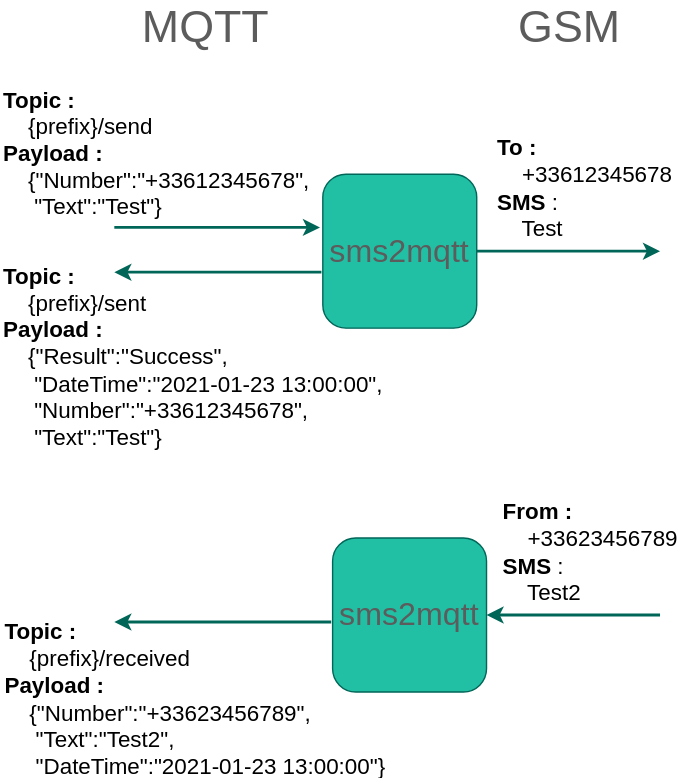
Before: diagram.svg, a diagram exported from draw.io (Domochip/sms2mqtt). Source tidied: cells renumbered, new cells last; positions are measured from the earlier drawing's top-left corner, leaving out a move shared by most shapes.
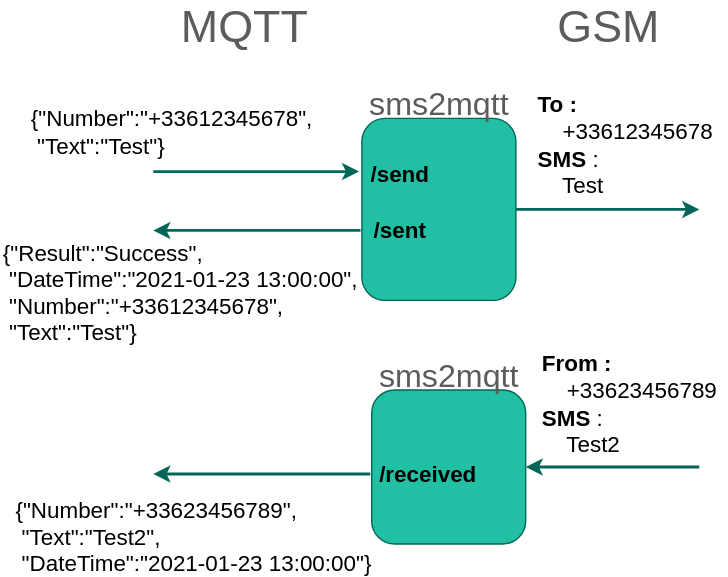
The same diagram one commit later.

Diff of the diagram source:
```diff
@@ -4,11 +4,11 @@
     <mxCell id="1" parent="0" />
     <mxCell id="2" style="edgeStyle=orthogonalEdgeStyle;jettySize=auto;html=1;exitX=1;exitY=0.5;exitDx=0;exitDy=0;strokeColor=#006658;fontColor=#5C5C5C;strokeWidth=2;" parent="1" edge="1" source="3">
       <mxGeometry relative="1" as="geometry">
-        <mxPoint x="471" y="175" as="targetPoint" />
+        <mxPoint x="471" y="185" as="targetPoint" />
       </mxGeometry>
     </mxCell>
-    <mxCell id="3" value="&lt;font style=&quot;font-size: 23px&quot;&gt;sms2mqtt&lt;/font&gt;" style="whiteSpace=wrap;html=1;fillColor=#21C0A5;strokeColor=#006658;fontColor=#5C5C5C;rounded=1;" parent="1" vertex="1">
-      <mxGeometry x="230" y="120" width="110" height="110" as="geometry" />
+    <mxCell id="3" style="whiteSpace=wrap;html=1;fillColor=#21C0A5;strokeColor=#006658;fontColor=#5C5C5C;rounded=1;" parent="1" vertex="1">
+      <mxGeometry x="230" y="120" width="110" height="130" as="geometry" />
     </mxCell>
     <mxCell id="4" style="endArrow=classic;html=1;strokeColor=#006658;fontColor=#5C5C5C;strokeWidth=2;" parent="1" edge="1">
       <mxGeometry relative="1" as="geometry">
@@ -17,45 +17,60 @@
       </mxGeometry>
     </mxCell>
     <mxCell id="5" value="&lt;font style=&quot;font-size: 32px&quot;&gt;MQTT&lt;/font&gt;" style="text;html=1;align=center;verticalAlign=middle;fillColor=none;strokeColor=none;fontColor=#5C5C5C;rounded=1;" parent="1" vertex="1">
-      <mxGeometry x="91" width="110" height="30" as="geometry" />
+      <mxGeometry x="91" y="40" width="110" height="30" as="geometry" />
     </mxCell>
     <mxCell id="6" value="&lt;font style=&quot;font-size: 32px&quot;&gt;GSM&lt;/font&gt;" style="text;html=1;align=center;verticalAlign=middle;fillColor=none;strokeColor=none;fontColor=#5C5C5C;rounded=1;" parent="1" vertex="1">
-      <mxGeometry x="361" width="90" height="30" as="geometry" />
+      <mxGeometry x="361" y="40" width="90" height="30" as="geometry" />
     </mxCell>
-    <mxCell id="7" value="&lt;div style=&quot;font-size: 16px&quot;&gt;&lt;font style=&quot;font-size: 16px&quot; color=&quot;#000000&quot;&gt;&lt;b&gt;Topic :&amp;nbsp;&lt;/b&gt;&lt;/font&gt;&lt;/div&gt;&lt;div style=&quot;font-size: 16px&quot;&gt;&lt;span&gt;&lt;font style=&quot;font-size: 16px&quot; color=&quot;#000000&quot;&gt;&amp;nbsp; &amp;nbsp; {prefix}/send&lt;/font&gt;&lt;/span&gt;&lt;/div&gt;&lt;div style=&quot;font-size: 16px&quot;&gt;&lt;span&gt;&lt;font style=&quot;font-size: 16px&quot; color=&quot;#000000&quot;&gt;&lt;b&gt;Payload :&amp;nbsp;&lt;/b&gt;&lt;/font&gt;&lt;/span&gt;&lt;/div&gt;&lt;div style=&quot;font-size: 16px&quot;&gt;&lt;/div&gt;&lt;font style=&quot;font-size: 16px&quot; color=&quot;#000000&quot;&gt;&amp;nbsp; &amp;nbsp; {&quot;Number&quot;:&quot;+33612345678&quot;,&lt;/font&gt;&lt;div style=&quot;font-size: 16px&quot;&gt;&lt;font style=&quot;font-size: 16px&quot; color=&quot;#000000&quot;&gt;&lt;font style=&quot;font-size: 16px&quot;&gt;&amp;nbsp; &amp;nbsp; &amp;nbsp;&quot;Text&quot;:&quot;Test&quot;&lt;/font&gt;}&lt;/font&gt;&lt;/div&gt;" style="text;html=1;align=left;verticalAlign=middle;fillColor=none;strokeColor=none;fontColor=#5C5C5C;rounded=1;" parent="1" vertex="1">
-      <mxGeometry y="65" width="230" height="80" as="geometry" />
+    <mxCell id="7" value="&lt;div style=&quot;font-size: 16px&quot;&gt;&lt;/div&gt;&lt;font style=&quot;font-size: 16px&quot; color=&quot;#000000&quot;&gt;{&quot;Number&quot;:&quot;+33612345678&quot;,&lt;/font&gt;&lt;div style=&quot;font-size: 16px&quot;&gt;&lt;font style=&quot;font-size: 16px&quot; color=&quot;#000000&quot;&gt;&lt;font style=&quot;font-size: 16px&quot;&gt;&amp;nbsp;&quot;Text&quot;:&quot;Test&quot;&lt;/font&gt;}&lt;/font&gt;&lt;/div&gt;" style="text;html=1;align=left;verticalAlign=middle;fillColor=none;strokeColor=none;fontColor=#5C5C5C;rounded=1;" parent="1" vertex="1">
+      <mxGeometry x="-8" y="115" width="220" height="30" as="geometry" />
     </mxCell>
     <mxCell id="8" value="&lt;div style=&quot;text-align: left ; font-size: 16px&quot;&gt;&lt;b&gt;&lt;font style=&quot;font-size: 16px&quot; color=&quot;#000000&quot;&gt;To :&amp;nbsp;&lt;/font&gt;&lt;/b&gt;&lt;/div&gt;&lt;div style=&quot;text-align: left ; font-size: 16px&quot;&gt;&lt;span&gt;&lt;font style=&quot;font-size: 16px&quot; color=&quot;#000000&quot;&gt;&amp;nbsp; &amp;nbsp; +33612345678&lt;/font&gt;&lt;/span&gt;&lt;/div&gt;&lt;div style=&quot;text-align: left ; font-size: 16px&quot;&gt;&lt;span&gt;&lt;font style=&quot;font-size: 16px&quot; color=&quot;#000000&quot;&gt;&lt;b&gt;SMS &lt;/b&gt;:&amp;nbsp;&lt;/font&gt;&lt;/span&gt;&lt;/div&gt;&lt;div style=&quot;text-align: left ; font-size: 16px&quot;&gt;&lt;font style=&quot;font-size: 16px&quot; color=&quot;#000000&quot;&gt;&amp;nbsp; &amp;nbsp; Test&lt;/font&gt;&lt;/div&gt;" style="text;html=1;align=center;verticalAlign=middle;fillColor=none;strokeColor=none;fontColor=#5C5C5C;rounded=1;" parent="1" vertex="1">
-      <mxGeometry x="347" y="100" width="140" height="60" as="geometry" />
+      <mxGeometry x="348" y="109" width="140" height="60" as="geometry" />
     </mxCell>
-    <mxCell id="9" value="&lt;div style=&quot;font-size: 16px&quot;&gt;&lt;font style=&quot;font-size: 16px&quot; color=&quot;#000000&quot;&gt;&lt;b&gt;Topic :&amp;nbsp;&lt;/b&gt;&lt;/font&gt;&lt;/div&gt;&lt;div style=&quot;font-size: 16px&quot;&gt;&lt;font style=&quot;font-size: 16px&quot; color=&quot;#000000&quot;&gt;&lt;span&gt;&lt;font style=&quot;font-size: 16px&quot;&gt;&amp;nbsp; &amp;nbsp;&amp;nbsp;&lt;/font&gt;&lt;/span&gt;{prefix}&lt;span&gt;&lt;font style=&quot;font-size: 16px&quot;&gt;/sent&lt;/font&gt;&lt;/span&gt;&lt;/font&gt;&lt;/div&gt;&lt;div style=&quot;font-size: 16px&quot;&gt;&lt;span&gt;&lt;font style=&quot;font-size: 16px&quot; color=&quot;#000000&quot;&gt;&lt;b&gt;Payload :&amp;nbsp;&lt;/b&gt;&lt;/font&gt;&lt;/span&gt;&lt;/div&gt;&lt;div style=&quot;font-size: 16px&quot;&gt;&lt;font style=&quot;font-size: 16px&quot; color=&quot;#000000&quot;&gt;&amp;nbsp; &amp;nbsp; {&quot;Result&quot;:&quot;Success&quot;,&lt;/font&gt;&lt;/div&gt;&lt;div style=&quot;font-size: 16px&quot;&gt;&lt;/div&gt;&lt;font style=&quot;font-size: 16px&quot; color=&quot;#000000&quot;&gt;&amp;nbsp; &amp;nbsp; &amp;nbsp;&quot;DateTime&quot;:&quot;2021-01-23 13:00:00&quot;,&lt;br&gt;&amp;nbsp; &amp;nbsp; &amp;nbsp;&quot;Number&quot;:&quot;+33612345678&quot;,&lt;br&gt;&lt;/font&gt;&lt;div style=&quot;font-size: 16px&quot;&gt;&lt;font style=&quot;font-size: 16px&quot; color=&quot;#000000&quot;&gt;&amp;nbsp; &amp;nbsp; &amp;nbsp;&quot;Text&quot;:&quot;Test&quot;}&lt;/font&gt;&lt;/div&gt;&lt;span style=&quot;font-size: 16px&quot;&gt;&lt;br&gt;&lt;/span&gt;" style="text;html=1;align=left;verticalAlign=middle;fillColor=none;strokeColor=none;fontColor=#5C5C5C;rounded=1;" parent="1" vertex="1">
-      <mxGeometry y="200" width="290" height="120" as="geometry" />
+    <mxCell id="9" value="&lt;div style=&quot;font-size: 16px&quot;&gt;&lt;span style=&quot;color: rgb(0 , 0 , 0)&quot;&gt;{&quot;Result&quot;:&quot;Success&quot;,&lt;/span&gt;&lt;br&gt;&lt;/div&gt;&lt;div style=&quot;font-size: 16px&quot;&gt;&lt;/div&gt;&lt;font style=&quot;font-size: 16px&quot; color=&quot;#000000&quot;&gt;&amp;nbsp;&quot;DateTime&quot;:&quot;2021-01-23 13:00:00&quot;,&lt;br&gt;&amp;nbsp;&quot;Number&quot;:&quot;+33612345678&quot;,&lt;br&gt;&lt;/font&gt;&lt;div style=&quot;font-size: 16px&quot;&gt;&lt;font style=&quot;font-size: 16px&quot; color=&quot;#000000&quot;&gt;&amp;nbsp;&quot;Text&quot;:&quot;Test&quot;}&lt;/font&gt;&lt;/div&gt;&lt;span style=&quot;font-size: 16px&quot;&gt;&lt;br&gt;&lt;/span&gt;" style="text;html=1;align=left;verticalAlign=middle;fillColor=none;strokeColor=none;fontColor=#5C5C5C;rounded=1;" parent="1" vertex="1">
+      <mxGeometry x="-28" y="214" width="270" height="80" as="geometry" />
     </mxCell>
     <mxCell id="10" style="endArrow=classic;html=1;strokeColor=#006658;fontColor=#5C5C5C;strokeWidth=2;" parent="1" edge="1">
       <mxGeometry relative="1" as="geometry">
-        <mxPoint x="229" y="190" as="sourcePoint" />
-        <mxPoint x="81" y="190" as="targetPoint" />
+        <mxPoint x="229" y="200" as="sourcePoint" />
+        <mxPoint x="81" y="200" as="targetPoint" />
       </mxGeometry>
     </mxCell>
     <mxCell id="11" style="edgeStyle=orthogonalEdgeStyle;jettySize=auto;html=1;exitX=1;exitY=0.5;exitDx=0;exitDy=0;startArrow=classic;startFill=1;endArrow=none;endFill=0;strokeColor=#006658;fontColor=#5C5C5C;strokeWidth=2;" parent="1" edge="1" source="12">
       <mxGeometry relative="1" as="geometry">
-        <mxPoint x="471" y="435" as="targetPoint" />
+        <mxPoint x="471" y="369" as="targetPoint" />
       </mxGeometry>
     </mxCell>
-    <mxCell id="12" value="&lt;font style=&quot;font-size: 23px&quot;&gt;sms2mqtt&lt;/font&gt;" style="whiteSpace=wrap;html=1;fillColor=#21C0A5;strokeColor=#006658;fontColor=#5C5C5C;rounded=1;" parent="1" vertex="1">
-      <mxGeometry x="237" y="380" width="110" height="110" as="geometry" />
+    <mxCell id="12" style="whiteSpace=wrap;html=1;fillColor=#21C0A5;strokeColor=#006658;fontColor=#5C5C5C;rounded=1;" parent="1" vertex="1">
+      <mxGeometry x="237" y="314" width="110" height="110" as="geometry" />
     </mxCell>
     <mxCell id="13" value="&lt;div style=&quot;text-align: left ; font-size: 16px&quot;&gt;&lt;b&gt;&lt;font style=&quot;font-size: 16px&quot; color=&quot;#000000&quot;&gt;From :&amp;nbsp;&lt;/font&gt;&lt;/b&gt;&lt;/div&gt;&lt;div style=&quot;text-align: left ; font-size: 16px&quot;&gt;&lt;span&gt;&lt;font style=&quot;font-size: 16px&quot; color=&quot;#000000&quot;&gt;&amp;nbsp; &amp;nbsp; +33623456789&lt;/font&gt;&lt;/span&gt;&lt;/div&gt;&lt;div style=&quot;text-align: left ; font-size: 16px&quot;&gt;&lt;span&gt;&lt;font style=&quot;font-size: 16px&quot; color=&quot;#000000&quot;&gt;&lt;b&gt;SMS &lt;/b&gt;:&amp;nbsp;&lt;/font&gt;&lt;/span&gt;&lt;/div&gt;&lt;div style=&quot;text-align: left ; font-size: 16px&quot;&gt;&lt;font style=&quot;font-size: 16px&quot; color=&quot;#000000&quot;&gt;&amp;nbsp; &amp;nbsp; Test2&lt;/font&gt;&lt;/div&gt;" style="text;html=1;align=center;verticalAlign=middle;fillColor=none;strokeColor=none;fontColor=#5C5C5C;rounded=1;" parent="1" vertex="1">
-      <mxGeometry x="351" y="360" width="140" height="60" as="geometry" />
+      <mxGeometry x="351" y="294" width="140" height="60" as="geometry" />
     </mxCell>
-    <mxCell id="14" value="&lt;div style=&quot;font-size: 16px&quot;&gt;&lt;font style=&quot;font-size: 16px&quot; color=&quot;#000000&quot;&gt;&lt;b&gt;Topic :&amp;nbsp;&lt;/b&gt;&lt;/font&gt;&lt;/div&gt;&lt;div style=&quot;font-size: 16px&quot;&gt;&lt;font style=&quot;font-size: 16px&quot; color=&quot;#000000&quot;&gt;&lt;span&gt;&lt;font style=&quot;font-size: 16px&quot;&gt;&amp;nbsp; &amp;nbsp;&amp;nbsp;&lt;/font&gt;&lt;/span&gt;{prefix}&lt;span&gt;&lt;font style=&quot;font-size: 16px&quot;&gt;/received&lt;/font&gt;&lt;/span&gt;&lt;/font&gt;&lt;/div&gt;&lt;div style=&quot;font-size: 16px&quot;&gt;&lt;span&gt;&lt;font style=&quot;font-size: 16px&quot; color=&quot;#000000&quot;&gt;&lt;b&gt;Payload :&amp;nbsp;&lt;/b&gt;&lt;/font&gt;&lt;/span&gt;&lt;/div&gt;&lt;font style=&quot;font-size: 16px&quot; color=&quot;#000000&quot;&gt;&amp;nbsp; &amp;nbsp; {&quot;Number&quot;:&quot;+33623456789&quot;,&lt;/font&gt;&lt;div style=&quot;font-size: 16px&quot;&gt;&lt;font style=&quot;font-size: 16px&quot; color=&quot;#000000&quot;&gt;&amp;nbsp; &amp;nbsp; &amp;nbsp;&quot;Text&quot;:&quot;Test2&quot;,&lt;/font&gt;&lt;/div&gt;&lt;div style=&quot;font-size: 16px&quot;&gt;&lt;font style=&quot;font-size: 16px&quot; color=&quot;#000000&quot;&gt;&lt;font style=&quot;font-size: 16px&quot;&gt;&amp;nbsp; &amp;nbsp; &amp;nbsp;&quot;DateTime&quot;:&quot;2021-01-23 13:00:00&quot;&lt;/font&gt;}&lt;/font&gt;&lt;/div&gt;" style="text;html=1;align=left;verticalAlign=middle;fillColor=none;strokeColor=none;fontColor=#5C5C5C;rounded=1;" parent="1" vertex="1">
-      <mxGeometry x="1" y="450" width="290" height="90" as="geometry" />
+    <mxCell id="14" value="&lt;div style=&quot;font-size: 16px&quot;&gt;&lt;/div&gt;&lt;font style=&quot;font-size: 16px&quot; color=&quot;#000000&quot;&gt;{&quot;Number&quot;:&quot;+33623456789&quot;,&lt;/font&gt;&lt;div style=&quot;font-size: 16px&quot;&gt;&lt;font style=&quot;font-size: 16px&quot; color=&quot;#000000&quot;&gt;&amp;nbsp;&quot;Text&quot;:&quot;Test2&quot;,&lt;/font&gt;&lt;/div&gt;&lt;div style=&quot;font-size: 16px&quot;&gt;&lt;font style=&quot;font-size: 16px&quot; color=&quot;#000000&quot;&gt;&lt;font style=&quot;font-size: 16px&quot;&gt;&amp;nbsp;&quot;DateTime&quot;:&quot;2021-01-23 13:00:00&quot;&lt;/font&gt;}&lt;/font&gt;&lt;/div&gt;" style="text;html=1;align=left;verticalAlign=middle;fillColor=none;strokeColor=none;fontColor=#5C5C5C;rounded=1;" parent="1" vertex="1">
+      <mxGeometry x="-19" y="394" width="270" height="50" as="geometry" />
     </mxCell>
     <mxCell id="15" style="endArrow=classic;html=1;strokeColor=#006658;fontColor=#5C5C5C;strokeWidth=2;" parent="1" edge="1">
       <mxGeometry relative="1" as="geometry">
-        <mxPoint x="236" y="440" as="sourcePoint" />
-        <mxPoint x="81" y="440" as="targetPoint" />
+        <mxPoint x="236" y="374" as="sourcePoint" />
+        <mxPoint x="81" y="374" as="targetPoint" />
       </mxGeometry>
     </mxCell>
+    <mxCell id="16" value="&lt;b&gt;&lt;font style=&quot;font-size: 16px&quot;&gt;/send&lt;/font&gt;&lt;/b&gt;" style="text;html=1;align=center;verticalAlign=middle;fillColor=none;strokeColor=none;rounded=0;" parent="1" vertex="1">
+      <mxGeometry x="227" y="150" width="60" height="20" as="geometry" />
+    </mxCell>
+    <mxCell id="17" value="&lt;b&gt;&lt;font style=&quot;font-size: 16px&quot;&gt;/sent&lt;/font&gt;&lt;/b&gt;" style="text;html=1;align=center;verticalAlign=middle;fillColor=none;strokeColor=none;rounded=0;" parent="1" vertex="1">
+      <mxGeometry x="232" y="190" width="50" height="20" as="geometry" />
+    </mxCell>
+    <mxCell id="18" value="&lt;b&gt;&lt;font style=&quot;font-size: 16px&quot;&gt;/received&lt;/font&gt;&lt;/b&gt;" style="text;html=1;align=center;verticalAlign=middle;fillColor=none;strokeColor=none;rounded=0;" parent="1" vertex="1">
+      <mxGeometry x="237" y="364" width="80" height="20" as="geometry" />
+    </mxCell>
+    <mxCell id="19" value="&lt;span style=&quot;color: rgb(92 , 92 , 92) ; font-size: 23px&quot;&gt;sms2mqtt&lt;/span&gt;" style="text;html=1;align=center;verticalAlign=middle;fillColor=none;strokeColor=none;rounded=0;" parent="1" vertex="1">
+      <mxGeometry x="225" y="100" width="120" height="20" as="geometry" />
+    </mxCell>
+    <mxCell id="20" value="&lt;span style=&quot;color: rgb(92 , 92 , 92) ; font-size: 23px&quot;&gt;sms2mqtt&lt;/span&gt;" style="text;html=1;align=center;verticalAlign=middle;fillColor=none;strokeColor=none;rounded=0;" parent="1" vertex="1">
+      <mxGeometry x="232" y="294" width="120" height="20" as="geometry" />
+    </mxCell>
   </root>
 </mxGraphModel>
```
